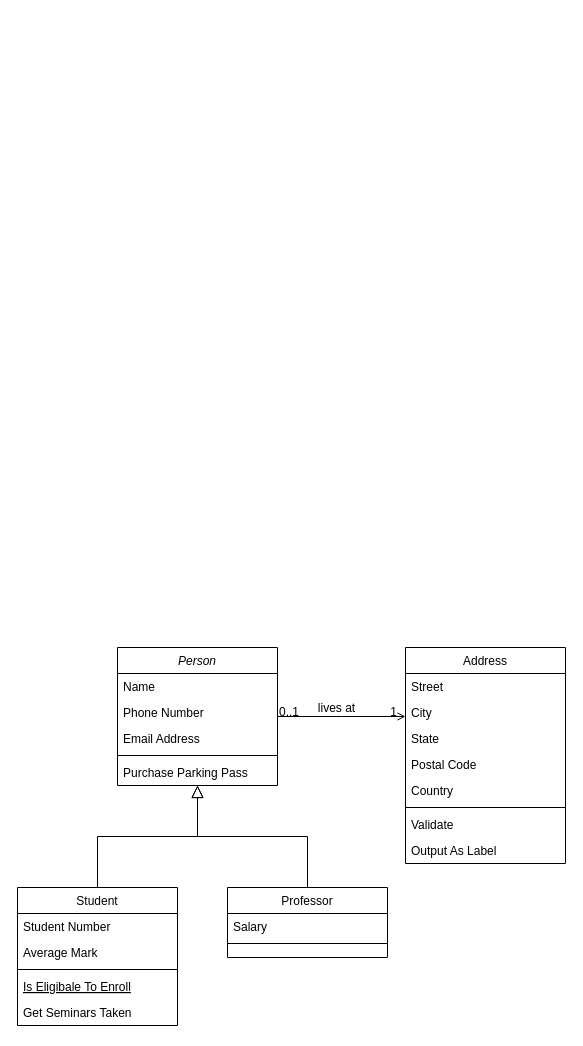
Above: Assingment 04/Untitled Diagram.drawio in Mongobob/swc-group45 (draw.io), before the change. Source tidied: cells renumbered, new cells numbered last; positions are measured from the earlier drawing's top-left corner, leaving out a move shared by most shapes. Both pictures are drawn from the tidied source at 100%, with x=0, y=0 at pixel (17, 647).
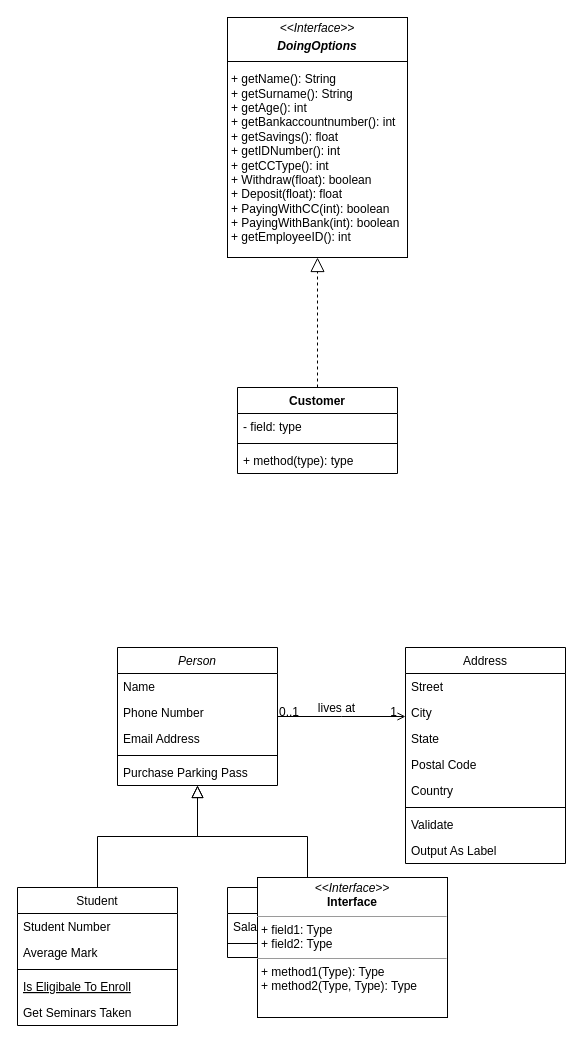
The same page after the edit.

The edit, as a diff of the source:
```diff
@@
+    <mxCell id="32" value="&lt;p style=&quot;margin:0px;margin-top:4px;text-align:center;&quot;&gt;&lt;i&gt;&amp;lt;&amp;lt;Interface&amp;gt;&amp;gt;&lt;/i&gt;&lt;br/&gt;&lt;b&gt;Interface&lt;/b&gt;&lt;/p&gt;&lt;hr size=&quot;1&quot;/&gt;&lt;p style=&quot;margin:0px;margin-left:4px;&quot;&gt;+ field1: Type&lt;br/&gt;+ field2: Type&lt;/p&gt;&lt;hr size=&quot;1&quot;/&gt;&lt;p style=&quot;margin:0px;margin-left:4px;&quot;&gt;+ method1(Type): Type&lt;br/&gt;+ method2(Type, Type): Type&lt;/p&gt;" style="verticalAlign=top;align=left;overflow=fill;fontSize=12;fontFamily=Helvetica;html=1;" parent="1" vertex="1">
+      <mxGeometry x="240" y="230" width="190" height="140" as="geometry" />
+    </mxCell>
+    <mxCell id="33" value="&lt;p style=&quot;margin: 0px ; margin-top: 4px ; text-align: center&quot;&gt;&lt;i&gt;&amp;lt;&amp;lt;Interface&amp;gt;&amp;gt;&lt;/i&gt;&lt;br&gt;&lt;/p&gt;&lt;p style=&quot;margin: 0px ; margin-top: 4px ; text-align: center&quot;&gt;&lt;i&gt;&lt;b&gt;DoingOptions&lt;/b&gt;&lt;/i&gt;&lt;/p&gt;&lt;p style=&quot;margin: 0px ; margin-top: 4px ; text-align: center&quot;&gt;&lt;/p&gt;&lt;p style=&quot;margin: 0px ; margin-left: 4px&quot;&gt;&lt;br&gt;&lt;/p&gt;&lt;p style=&quot;margin: 0px ; margin-left: 4px&quot;&gt;+ getName(): String&lt;/p&gt;&lt;p style=&quot;margin: 0px ; margin-left: 4px&quot;&gt;+ getSurname(): String&lt;/p&gt;&lt;p style=&quot;margin: 0px ; margin-left: 4px&quot;&gt;+ getAge(): int&lt;/p&gt;&lt;p style=&quot;margin: 0px ; margin-left: 4px&quot;&gt;+ getBankaccountnumber(): int&lt;/p&gt;&lt;p style=&quot;margin: 0px ; margin-left: 4px&quot;&gt;+ getSavings(): float&lt;/p&gt;&lt;p style=&quot;margin: 0px ; margin-left: 4px&quot;&gt;+ getIDNumber(): int&lt;br&gt;&lt;/p&gt;&lt;p style=&quot;margin: 0px ; margin-left: 4px&quot;&gt;+ getCCType(): int&lt;br&gt;&lt;/p&gt;&lt;p style=&quot;margin: 0px ; margin-left: 4px&quot;&gt;+ Withdraw(float): boolean&lt;br&gt;&lt;/p&gt;&lt;p style=&quot;margin: 0px ; margin-left: 4px&quot;&gt;+ Deposit(float): float&lt;br&gt;&lt;/p&gt;&lt;p style=&quot;margin: 0px ; margin-left: 4px&quot;&gt;+ PayingWithCC(int): boolean&lt;br&gt;&lt;/p&gt;&lt;p style=&quot;margin: 0px ; margin-left: 4px&quot;&gt;+ PayingWithBank(int): boolean&lt;br&gt;&lt;/p&gt;&lt;p style=&quot;margin: 0px ; margin-left: 4px&quot;&gt;+ getEmployeeID(): int&lt;br&gt;&lt;/p&gt;" style="verticalAlign=top;align=left;overflow=fill;fontSize=12;fontFamily=Helvetica;html=1;" parent="1" vertex="1">
+      <mxGeometry x="210" y="-630" width="180" height="240" as="geometry" />
+    </mxCell>
+    <mxCell id="34" style="line;strokeWidth=1;fillColor=none;align=left;verticalAlign=middle;spacingTop=-1;spacingLeft=3;spacingRight=3;labelPosition=right;" parent="1" vertex="1">
+      <mxGeometry x="210" y="-590" width="180" height="8" as="geometry" />
+    </mxCell>
+    <mxCell id="35" value="Customer" style="swimlane;fontStyle=1;align=center;verticalAlign=top;horizontal=1;startSize=26;" parent="1" vertex="1">
+      <mxGeometry x="220" y="-260" width="160" height="86" as="geometry" />
+    </mxCell>
+    <mxCell id="36" value="- field: type" style="text;strokeColor=none;fillColor=none;align=left;verticalAlign=top;spacingLeft=4;spacingRight=4;overflow=hidden;" parent="35" vertex="1">
+      <mxGeometry y="26" width="160" height="26" as="geometry" />
+    </mxCell>
+    <mxCell id="37" style="line;strokeWidth=1;fillColor=none;align=left;verticalAlign=middle;spacingTop=-1;spacingLeft=3;spacingRight=3;labelPosition=right;" parent="35" vertex="1">
+      <mxGeometry y="52" width="160" height="8" as="geometry" />
+    </mxCell>
+    <mxCell id="38" value="+ method(type): type" style="text;strokeColor=none;fillColor=none;align=left;verticalAlign=top;spacingLeft=4;spacingRight=4;overflow=hidden;" parent="35" vertex="1">
+      <mxGeometry y="60" width="160" height="26" as="geometry" />
+    </mxCell>
+    <mxCell id="39" style="endArrow=block;dashed=1;endFill=0;endSize=12;html=1;entryX=0.5;entryY=1;entryDx=0;entryDy=0;exitX=0.5;exitY=0;exitDx=0;exitDy=0;" parent="1" edge="1" source="35" target="33">
+      <mxGeometry relative="1" as="geometry" />
+    </mxCell>
```
